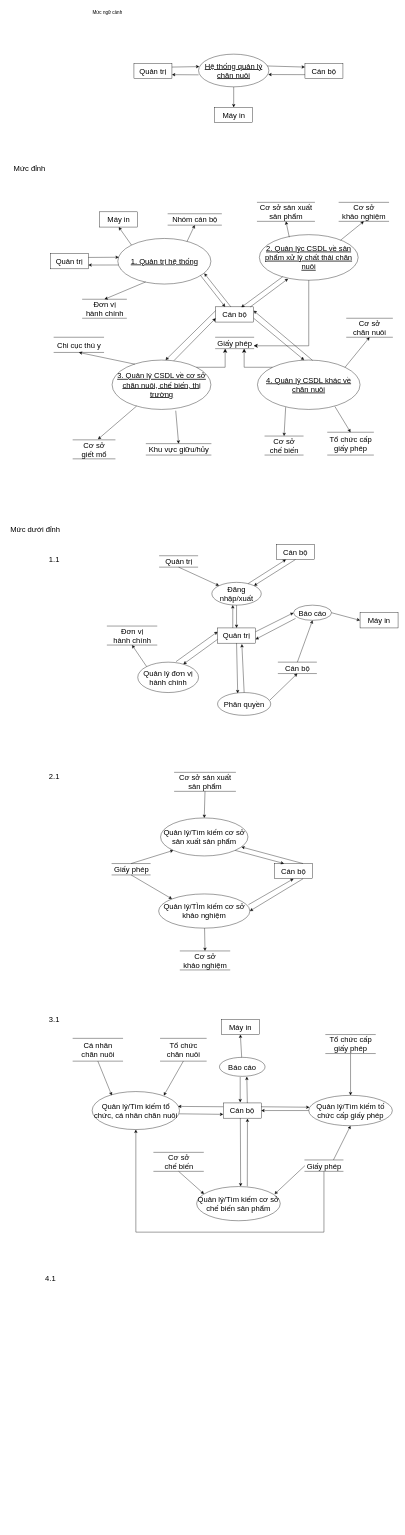
Above: Data Flow Diagram.drawio in ngkhnghia/ktpmud (draw.io), before the change. Source tidied: cells renumbered, new cells numbered last; positions are measured from the earlier drawing's top-left corner, leaving out a move shared by most shapes. Both pictures are drawn from the tidied source at 38%, with x=0, y=0 at pixel (6, 6).
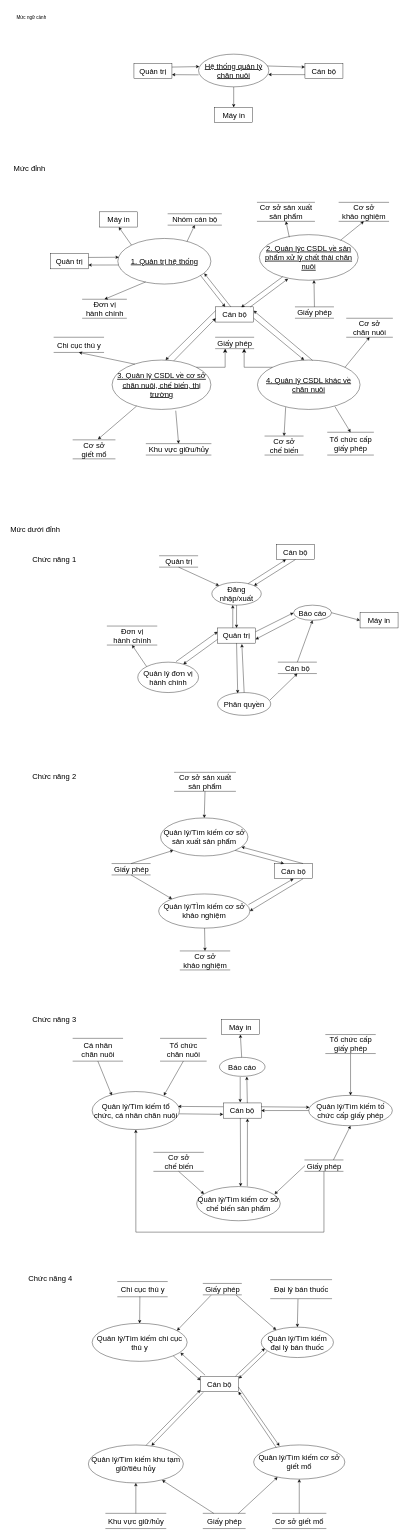
The same diagram, later.

Unchanged cells that the change refers to:
```xml
<mxCell id="14" value="2. Quản lýc CSDL về sản phẩm xử lý chất thải chăn nuôi" style="ellipse;whiteSpace=wrap;html=1;align=center;fontStyle=4;fontSize=20;" parent="1" vertex="1">
  <mxGeometry x="665" y="600" width="260" height="120" as="geometry" />
</mxCell>
<mxCell id="24" value="Giấy phép" style="html=1;dashed=0;whitespace=wrap;shape=partialRectangle;right=0;left=0;fontSize=20;" parent="1" vertex="1">
  <mxGeometry x="550" y="870" width="100" height="30" as="geometry" />
</mxCell>
```

What changed in the source:
```diff
@@
     <mxCell id="2" value="Mức ngữ cảnh" style="text;html=1;align=center;verticalAlign=middle;strokeColor=none;fillColor=none;" parent="1" vertex="1">
-      <mxGeometry x="215" width="100" height="30" as="geometry" />
+      <mxGeometry x="15" y="15" width="100" height="30" as="geometry" />
     </mxCell>
@@
-    <mxCell id="52" style="edgeStyle=segmentEdgeStyle;endArrow=classic;html=1;curved=0;rounded=0;endSize=8;startSize=8;fontSize=20;exitX=0.5;exitY=1;exitDx=0;exitDy=0;entryX=1;entryY=0.75;entryDx=0;entryDy=0;" parent="1" edge="1" source="14" target="24">
-      <mxGeometry relative="1" as="geometry">
-        <Array as="points">
-          <mxPoint x="795" y="893" />
-        </Array>
-      </mxGeometry>
-    </mxCell>
@@
-    <mxCell id="81" value="1.1" style="text;html=1;align=center;verticalAlign=middle;strokeColor=none;fillColor=none;fontSize=20;" parent="1" vertex="1">
-      <mxGeometry x="100" y="1435" width="50" height="40" as="geometry" />
+    <mxCell id="81" value="Chức năng 1" style="text;html=1;align=center;verticalAlign=middle;strokeColor=none;fillColor=none;fontSize=20;" parent="1" vertex="1">
+      <mxGeometry x="55" y="1435" width="140" height="40" as="geometry" />
     </mxCell>
-    <mxCell id="82" value="2.1" style="text;html=1;align=center;verticalAlign=middle;strokeColor=none;fillColor=none;fontSize=20;" parent="1" vertex="1">
-      <mxGeometry x="100" y="2005" width="50" height="40" as="geometry" />
+    <mxCell id="82" value="Chức năng 2" style="text;html=1;align=center;verticalAlign=middle;strokeColor=none;fillColor=none;fontSize=20;" parent="1" vertex="1">
+      <mxGeometry x="55" y="2005" width="140" height="40" as="geometry" />
     </mxCell>
@@
-    <mxCell id="97" value="3.1" style="text;html=1;align=center;verticalAlign=middle;strokeColor=none;fillColor=none;fontSize=20;" parent="1" vertex="1">
-      <mxGeometry x="100" y="2645" width="50" height="40" as="geometry" />
+    <mxCell id="97" value="Chức năng 3" style="text;html=1;align=center;verticalAlign=middle;strokeColor=none;fillColor=none;fontSize=20;" parent="1" vertex="1">
+      <mxGeometry x="55" y="2645" width="140" height="40" as="geometry" />
     </mxCell>
@@
-    <mxCell id="125" value="4.1" style="text;html=1;align=center;verticalAlign=middle;strokeColor=none;fillColor=none;fontSize=20;" parent="1" vertex="1">
-      <mxGeometry x="90" y="3325" width="50" height="40" as="geometry" />
+    <mxCell id="125" value="Chức năng 4" style="text;html=1;align=center;verticalAlign=middle;strokeColor=none;fillColor=none;fontSize=20;" parent="1" vertex="1">
+      <mxGeometry x="45" y="3325" width="140" height="40" as="geometry" />
     </mxCell>
+    <mxCell id="126" value="Cán bộ" style="whiteSpace=wrap;html=1;align=center;fontSize=20;" parent="1" vertex="1">
+      <mxGeometry x="510" y="3605" width="100" height="40" as="geometry" />
+    </mxCell>
+    <mxCell id="127" value="Quản lý/Tìm kiếm cơ sở giết mổ" style="ellipse;whiteSpace=wrap;html=1;align=center;fontSize=20;" parent="1" vertex="1">
+      <mxGeometry x="650" y="3785" width="240" height="90" as="geometry" />
+    </mxCell>
+    <mxCell id="128" value="Quản lý/Tìm kiếm khu tạm giữ/tiêu hủy" style="ellipse;whiteSpace=wrap;html=1;align=center;fontSize=20;" parent="1" vertex="1">
+      <mxGeometry x="215" y="3785" width="250" height="100" as="geometry" />
+    </mxCell>
+    <mxCell id="129" value="Quản lý/Tìm kiếm đại lý bán thuốc" style="ellipse;whiteSpace=wrap;html=1;align=center;fontSize=20;" parent="1" vertex="1">
+      <mxGeometry x="670" y="3475" width="190" height="80" as="geometry" />
+    </mxCell>
+    <mxCell id="130" value="Quản lý/Tìm kiếm chi cục thú y" style="ellipse;whiteSpace=wrap;html=1;align=center;fontSize=20;" parent="1" vertex="1">
+      <mxGeometry x="225" y="3465" width="250" height="100" as="geometry" />
+    </mxCell>
+    <mxCell id="131" value="Giấy phép" style="html=1;dashed=0;whitespace=wrap;shape=partialRectangle;right=0;left=0;fontSize=20;" parent="1" vertex="1">
+      <mxGeometry x="517.5" y="3965" width="110" height="40" as="geometry" />
+    </mxCell>
+    <mxCell id="132" value="Đại lý bán thuốc" style="html=1;dashed=0;whitespace=wrap;shape=partialRectangle;right=0;left=0;fontSize=20;" parent="1" vertex="1">
+      <mxGeometry x="695" y="3350" width="160" height="50" as="geometry" />
+    </mxCell>
+    <mxCell id="133" value="Cơ sở giết mổ" style="html=1;dashed=0;whitespace=wrap;shape=partialRectangle;right=0;left=0;fontSize=20;" parent="1" vertex="1">
+      <mxGeometry x="700" y="3965" width="140" height="40" as="geometry" />
+    </mxCell>
+    <mxCell id="134" value="Khu vực giữ/hủy" style="html=1;dashed=0;whitespace=wrap;shape=partialRectangle;right=0;left=0;fontSize=20;" parent="1" vertex="1">
+      <mxGeometry x="261.2" y="3965" width="157.5" height="40" as="geometry" />
+    </mxCell>
+    <mxCell id="135" value="Chi cục thú y" style="html=1;dashed=0;whitespace=wrap;shape=partialRectangle;right=0;left=0;fontSize=20;" parent="1" vertex="1">
+      <mxGeometry x="292.5" y="3355" width="130" height="40" as="geometry" />
+    </mxCell>
+    <mxCell id="136" style="endArrow=classic;html=1;rounded=0;fontSize=20;entryX=0.93;entryY=0.771;entryDx=0;entryDy=0;entryPerimeter=0;exitX=0.122;exitY=-0.09;exitDx=0;exitDy=0;exitPerimeter=0;" parent="1" edge="1" source="126" target="130">
+      <mxGeometry relative="1" as="geometry" />
+    </mxCell>
+    <mxCell id="137" style="endArrow=classic;html=1;rounded=0;fontSize=20;entryX=0;entryY=0.25;entryDx=0;entryDy=0;exitX=1;exitY=1;exitDx=0;exitDy=0;" parent="1" edge="1" source="130" target="126">
+      <mxGeometry relative="1" as="geometry" />
+    </mxCell>
+    <mxCell id="138" style="endArrow=classic;html=1;rounded=0;fontSize=20;entryX=-0.002;entryY=0.883;entryDx=0;entryDy=0;entryPerimeter=0;exitX=0.608;exitY=0.008;exitDx=0;exitDy=0;exitPerimeter=0;" parent="1" edge="1" source="128" target="126">
+      <mxGeometry relative="1" as="geometry" />
+    </mxCell>
+    <mxCell id="139" style="endArrow=classic;html=1;rounded=0;fontSize=20;exitX=0.072;exitY=1.042;exitDx=0;exitDy=0;exitPerimeter=0;entryX=0.665;entryY=0.019;entryDx=0;entryDy=0;entryPerimeter=0;" parent="1" edge="1" source="126" target="128">
+      <mxGeometry relative="1" as="geometry" />
+    </mxCell>
+    <mxCell id="140" style="endArrow=classic;html=1;rounded=0;fontSize=20;entryX=0.05;entryY=0.696;entryDx=0;entryDy=0;entryPerimeter=0;exitX=0.924;exitY=-0.029;exitDx=0;exitDy=0;exitPerimeter=0;" parent="1" edge="1" source="126" target="129">
+      <mxGeometry relative="1" as="geometry" />
+    </mxCell>
+    <mxCell id="141" style="endArrow=classic;html=1;rounded=0;fontSize=20;exitX=0.083;exitY=0.791;exitDx=0;exitDy=0;exitPerimeter=0;entryX=1.009;entryY=0.13;entryDx=0;entryDy=0;entryPerimeter=0;" parent="1" edge="1" source="129" target="126">
+      <mxGeometry relative="1" as="geometry" />
+    </mxCell>
+    <mxCell id="142" style="endArrow=classic;html=1;rounded=0;fontSize=20;exitX=0.998;exitY=0.681;exitDx=0;exitDy=0;exitPerimeter=0;entryX=0.283;entryY=0.029;entryDx=0;entryDy=0;entryPerimeter=0;" parent="1" edge="1" source="126" target="127">
+      <mxGeometry relative="1" as="geometry" />
+    </mxCell>
+    <mxCell id="143" style="endArrow=classic;html=1;rounded=0;fontSize=20;entryX=1;entryY=1;entryDx=0;entryDy=0;exitX=0.248;exitY=0.077;exitDx=0;exitDy=0;exitPerimeter=0;" parent="1" edge="1" source="127" target="126">
+      <mxGeometry relative="1" as="geometry" />
+    </mxCell>
+    <mxCell id="144" style="endArrow=classic;html=1;rounded=0;fontSize=20;entryX=0.5;entryY=1;entryDx=0;entryDy=0;exitX=0.5;exitY=0;exitDx=0;exitDy=0;" parent="1" edge="1" source="134" target="128">
+      <mxGeometry relative="1" as="geometry" />
+    </mxCell>
+    <mxCell id="145" style="endArrow=classic;html=1;rounded=0;fontSize=20;entryX=0.5;entryY=0;entryDx=0;entryDy=0;exitX=0.447;exitY=0.983;exitDx=0;exitDy=0;exitPerimeter=0;" parent="1" edge="1" source="135" target="130">
+      <mxGeometry relative="1" as="geometry" />
+    </mxCell>
+    <mxCell id="146" style="endArrow=classic;html=1;rounded=0;fontSize=20;entryX=0.5;entryY=0;entryDx=0;entryDy=0;exitX=0.448;exitY=1.022;exitDx=0;exitDy=0;exitPerimeter=0;" parent="1" edge="1" source="132" target="129">
+      <mxGeometry relative="1" as="geometry" />
+    </mxCell>
+    <mxCell id="147" style="endArrow=classic;html=1;rounded=0;fontSize=20;exitX=0.5;exitY=0;exitDx=0;exitDy=0;entryX=0.5;entryY=1;entryDx=0;entryDy=0;" parent="1" edge="1" source="133" target="127">
+      <mxGeometry relative="1" as="geometry" />
+    </mxCell>
+    <mxCell id="148" style="endArrow=classic;html=1;rounded=0;fontSize=20;exitX=0.834;exitY=0.019;exitDx=0;exitDy=0;exitPerimeter=0;entryX=0.262;entryY=0.942;entryDx=0;entryDy=0;entryPerimeter=0;" parent="1" edge="1" source="131" target="127">
+      <mxGeometry relative="1" as="geometry" />
+    </mxCell>
+    <mxCell id="149" style="endArrow=classic;html=1;rounded=0;fontSize=20;entryX=0.776;entryY=0.925;entryDx=0;entryDy=0;entryPerimeter=0;exitX=0.25;exitY=0;exitDx=0;exitDy=0;" parent="1" edge="1" source="131" target="128">
+      <mxGeometry relative="1" as="geometry" />
+    </mxCell>
+    <mxCell id="150" value="Giấy phép" style="html=1;dashed=0;whitespace=wrap;shape=partialRectangle;right=0;left=0;fontSize=20;" parent="1" vertex="1">
+      <mxGeometry x="517.5" y="3360" width="100" height="30" as="geometry" />
+    </mxCell>
+    <mxCell id="151" style="endArrow=classic;html=1;rounded=0;fontSize=20;entryX=0.893;entryY=0.191;entryDx=0;entryDy=0;entryPerimeter=0;exitX=0.204;exitY=1.033;exitDx=0;exitDy=0;exitPerimeter=0;" parent="1" edge="1" source="150" target="130">
+      <mxGeometry relative="1" as="geometry" />
+    </mxCell>
+    <mxCell id="152" style="endArrow=classic;html=1;rounded=0;fontSize=20;entryX=0.207;entryY=0.093;entryDx=0;entryDy=0;entryPerimeter=0;exitX=0.864;exitY=1.019;exitDx=0;exitDy=0;exitPerimeter=0;" parent="1" edge="1" source="150" target="129">
+      <mxGeometry relative="1" as="geometry" />
+    </mxCell>
+    <mxCell id="153" value="Giấy phép" style="html=1;dashed=0;whitespace=wrap;shape=partialRectangle;right=0;left=0;fontSize=20;" parent="1" vertex="1">
+      <mxGeometry x="760" y="790" width="100" height="30" as="geometry" />
+    </mxCell>
+    <mxCell id="154" style="endArrow=classic;html=1;rounded=0;fontSize=20;entryX=0.553;entryY=0.998;entryDx=0;entryDy=0;entryPerimeter=0;exitX=0.5;exitY=0;exitDx=0;exitDy=0;" parent="1" edge="1" source="153" target="14">
+      <mxGeometry relative="1" as="geometry" />
+    </mxCell>
```
